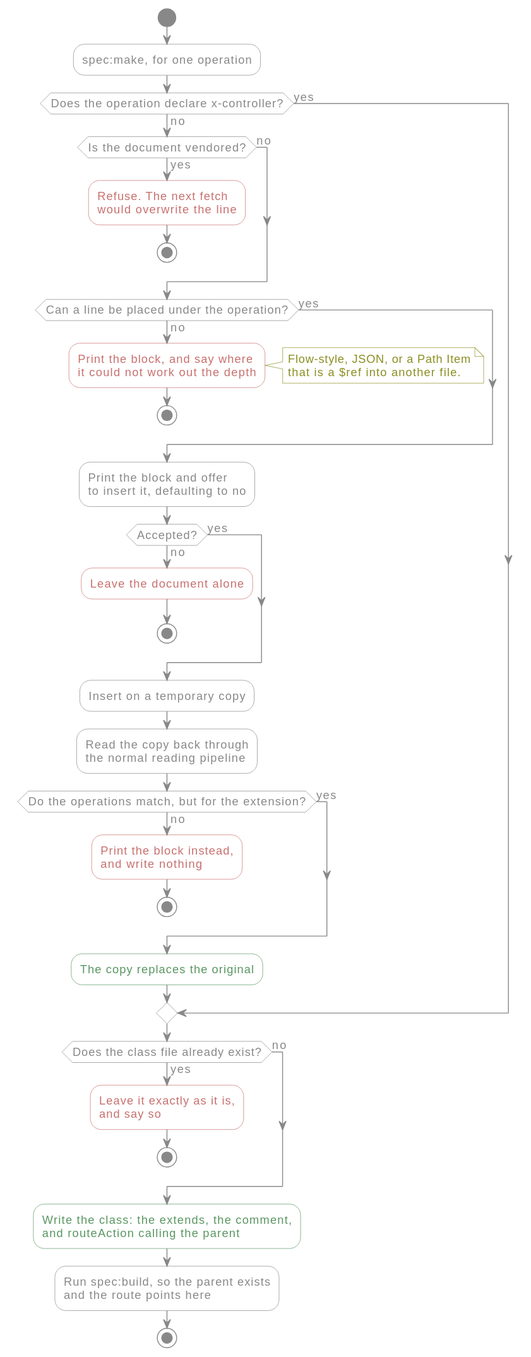
Before: docs/diagrams/spec-make.svg, a diagram exported from PlantUML (Gcob/lara-spec-first). Its source is kept beside it as docs/diagrams/spec-make.puml. The source it was exported from:
```plantuml
@startuml
!include palette.iuml


start
:spec:make, for one operation;

if (Does the operation declare x-controller?) then (no)

  if (Is the document vendored?) then (yes)
    :Refuse. The next fetch\nwould overwrite the line; <<refusal>>
    stop
  else (no)
  endif

  if (Can a line be placed under the operation?) then (no)
    :Print the block, and say where\nit could not work out the depth; <<refusal>>
    note right
      Flow-style, JSON, or a Path Item
      that is a $ref into another file.
    end note
    stop
  else (yes)
  endif

  :Print the block and offer\nto insert it, defaulting to no;

  if (Accepted?) then (no)
    :Leave the document alone; <<refusal>>
    stop
  else (yes)
  endif

  :Insert on a temporary copy;
  :Read the copy back through\nthe normal reading pipeline;

  if (Do the operations match, but for the extension?) then (no)
    :Print the block instead,\nand write nothing; <<refusal>>
    stop
  else (yes)
  endif

  :The copy replaces the original; <<yours>>

else (yes)
endif

if (Does the class file already exist?) then (yes)
  :Leave it exactly as it is,\nand say so; <<refusal>>
  stop
else (no)
endif

:Write the class: the extends, the comment,\nand routeAction calling the parent; <<yours>>
:Run spec:build, so the parent exists\nand the route points here;
stop
@enduml
```
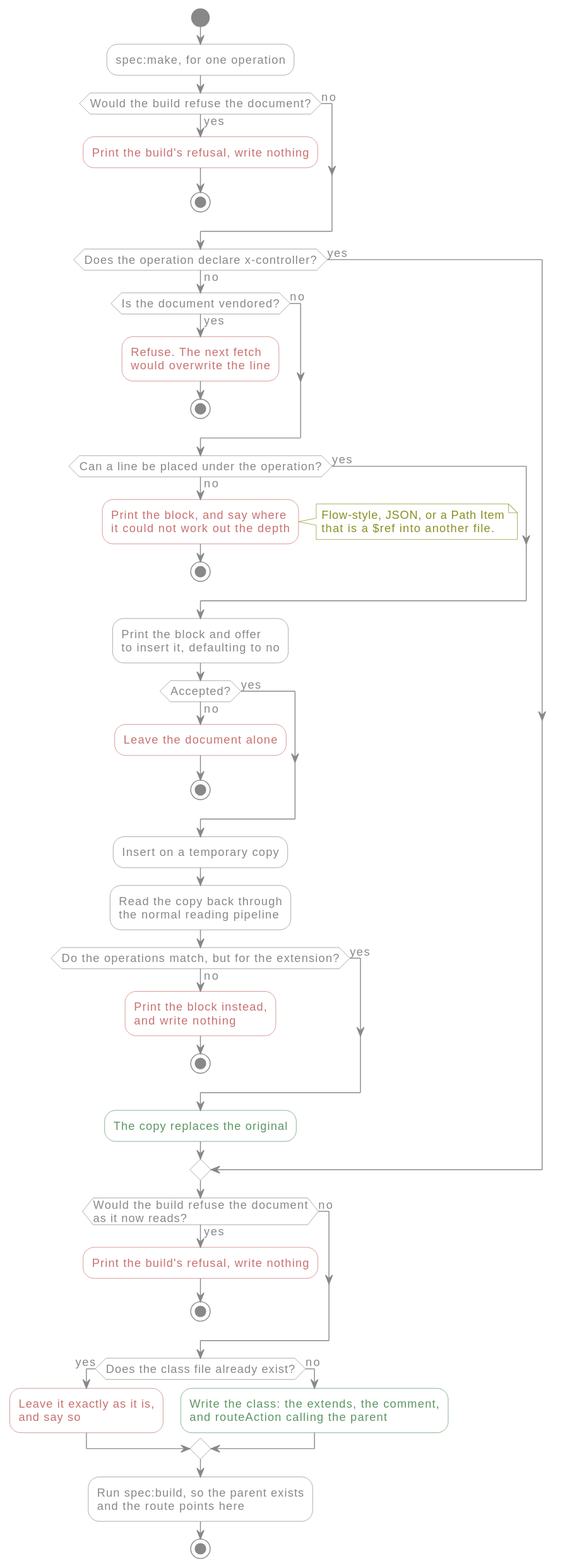
Later version of the same file.

Commit message:
fix(make): #112 plan the build before writing a child controller

What changed in the source:
```diff
@@ -4,6 +4,12 @@
 
 start
 :spec:make, for one operation;
+
+if (Would the build refuse the document?) then (yes)
+  :Print the build's refusal, write nothing; <<refusal>>
+  stop
+else (no)
+endif
 
 if (Does the operation declare x-controller?) then (no)
 
@@ -45,13 +51,18 @@
 else (yes)
 endif
 
-if (Does the class file already exist?) then (yes)
-  :Leave it exactly as it is,\nand say so; <<refusal>>
+if (Would the build refuse the document\nas it now reads?) then (yes)
+  :Print the build's refusal, write nothing; <<refusal>>
   stop
 else (no)
 endif
 
-:Write the class: the extends, the comment,\nand routeAction calling the parent; <<yours>>
+if (Does the class file already exist?) then (yes)
+  :Leave it exactly as it is,\nand say so; <<refusal>>
+else (no)
+  :Write the class: the extends, the comment,\nand routeAction calling the parent; <<yours>>
+endif
+
 :Run spec:build, so the parent exists\nand the route points here;
 stop
 @enduml
```
